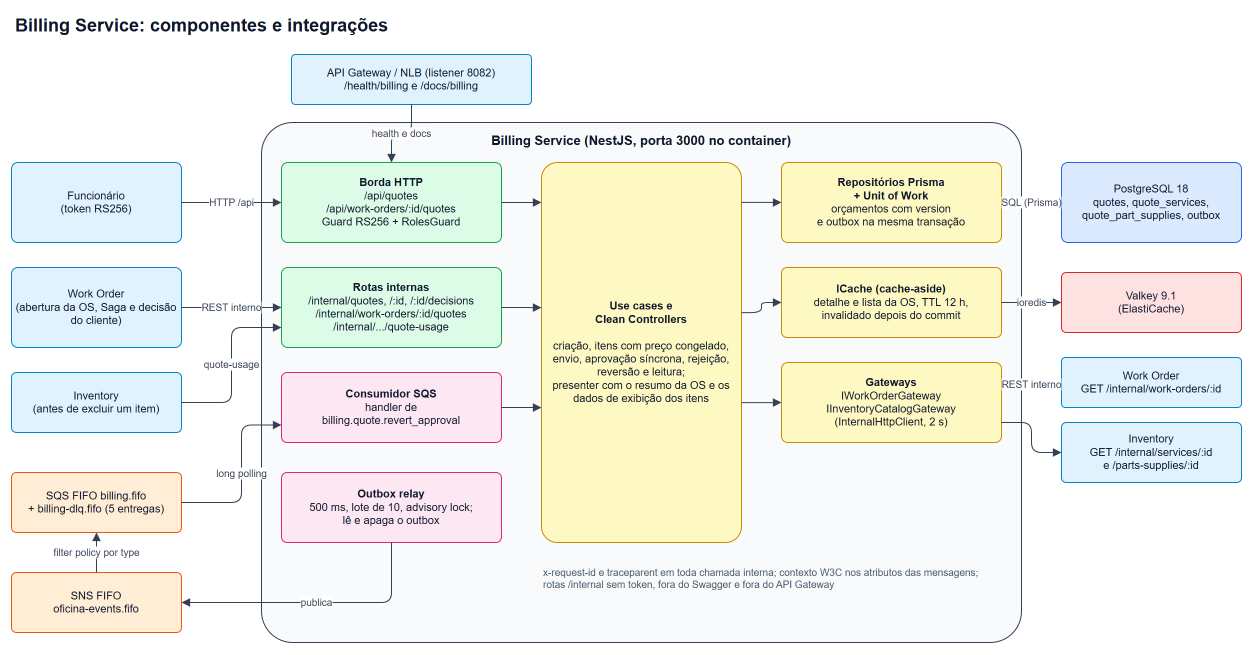
Above: docs/diagrams/billing-service.drawio.png in FIAP-15SOAT/oficina-mecanica-billing-service (draw.io), before the change. Source tidied: cells renumbered, new cells last; positions are measured from the earlier drawing's top-left corner, leaving out a move shared by most shapes.
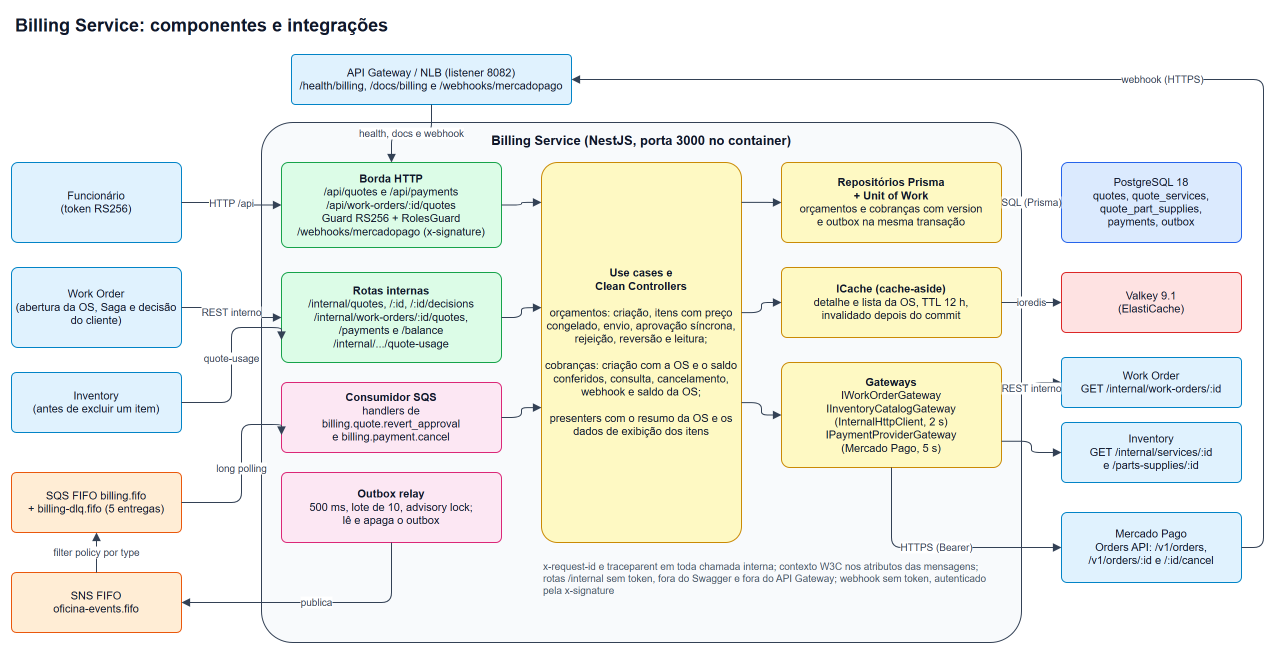
The same file after the commit.

The edit, as a diff of the source:
```diff
@@ -23,37 +23,37 @@
     <mxCell id="8" value="filter policy por type" style="endArrow=block;endFill=1;html=1;strokeColor=#334155;fontSize=10;fontColor=#334155;labelBackgroundColor=#ffffff;" parent="1" edge="1" source="7" target="6">
       <mxGeometry relative="1" as="geometry" />
     </mxCell>
-    <mxCell id="9" value="API Gateway / NLB (listener 8082)&lt;br&gt;/health/billing e /docs/billing" style="rounded=1;arcSize=8;whiteSpace=wrap;html=1;fontColor=#0f172a;fontSize=11;fillColor=#e0f2fe;strokeColor=#0284c7;" parent="1" vertex="1">
-      <mxGeometry x="280" y="44" width="240" height="50" as="geometry" />
+    <mxCell id="9" value="API Gateway / NLB (listener 8082)&lt;br&gt;/health/billing, /docs/billing e /webhooks/mercadopago" style="rounded=1;arcSize=8;whiteSpace=wrap;html=1;fontColor=#0f172a;fontSize=11;fillColor=#e0f2fe;strokeColor=#0284c7;" parent="1" vertex="1">
+      <mxGeometry x="280" y="44" width="280" height="50" as="geometry" />
     </mxCell>
     <mxCell id="10" value="Billing Service (NestJS, porta 3000 no container)" style="rounded=1;arcSize=6;whiteSpace=wrap;html=1;fillColor=#f8fafc;strokeColor=#334155;verticalAlign=top;align=center;fontStyle=1;fontSize=13;fontColor=#0f172a;spacingTop=4;" parent="1" vertex="1">
       <mxGeometry x="250" y="112" width="760" height="520" as="geometry" />
     </mxCell>
-    <mxCell id="11" value="&lt;b&gt;Borda HTTP&lt;/b&gt;&lt;br&gt;/api/quotes&lt;br&gt;/api/work-orders/:id/quotes&lt;br&gt;Guard RS256 + RolesGuard" style="rounded=1;arcSize=8;whiteSpace=wrap;html=1;fontColor=#0f172a;fontSize=11;fillColor=#dcfce7;strokeColor=#16a34a;" parent="1" vertex="1">
-      <mxGeometry x="270" y="152" width="220" height="80" as="geometry" />
+    <mxCell id="11" value="&lt;b&gt;Borda HTTP&lt;/b&gt;&lt;br&gt;/api/quotes e /api/payments&lt;br&gt;/api/work-orders/:id/quotes&lt;br&gt;Guard RS256 + RolesGuard&lt;br&gt;/webhooks/mercadopago (x-signature)" style="rounded=1;arcSize=8;whiteSpace=wrap;html=1;fontColor=#0f172a;fontSize=11;fillColor=#dcfce7;strokeColor=#16a34a;" parent="1" vertex="1">
+      <mxGeometry x="270" y="152" width="220" height="85" as="geometry" />
     </mxCell>
-    <mxCell id="12" value="&lt;b&gt;Rotas internas&lt;/b&gt;&lt;br&gt;/internal/quotes, /:id, /:id/decisions&lt;br&gt;/internal/work-orders/:id/quotes&lt;br&gt;/internal/.../quote-usage" style="rounded=1;arcSize=8;whiteSpace=wrap;html=1;fontColor=#0f172a;fontSize=11;fillColor=#dcfce7;strokeColor=#16a34a;" parent="1" vertex="1">
-      <mxGeometry x="270" y="257" width="220" height="80" as="geometry" />
+    <mxCell id="12" value="&lt;b&gt;Rotas internas&lt;/b&gt;&lt;br&gt;/internal/quotes, /:id, /:id/decisions&lt;br&gt;/internal/work-orders/:id/quotes,&lt;br&gt;/payments e /balance&lt;br&gt;/internal/.../quote-usage" style="rounded=1;arcSize=8;whiteSpace=wrap;html=1;fontColor=#0f172a;fontSize=11;fillColor=#dcfce7;strokeColor=#16a34a;" parent="1" vertex="1">
+      <mxGeometry x="270" y="262" width="220" height="90" as="geometry" />
     </mxCell>
-    <mxCell id="13" value="&lt;b&gt;Consumidor SQS&lt;/b&gt;&lt;br&gt;handler de&lt;br&gt;billing.quote.revert_approval" style="rounded=1;arcSize=8;whiteSpace=wrap;html=1;fontColor=#0f172a;fontSize=11;fillColor=#fce7f3;strokeColor=#db2777;" parent="1" vertex="1">
-      <mxGeometry x="270" y="362" width="220" height="70" as="geometry" />
+    <mxCell id="13" value="&lt;b&gt;Consumidor SQS&lt;/b&gt;&lt;br&gt;handlers de&lt;br&gt;billing.quote.revert_approval&lt;br&gt;e billing.payment.cancel" style="rounded=1;arcSize=8;whiteSpace=wrap;html=1;fontColor=#0f172a;fontSize=11;fillColor=#fce7f3;strokeColor=#db2777;" parent="1" vertex="1">
+      <mxGeometry x="270" y="372" width="220" height="70" as="geometry" />
     </mxCell>
     <mxCell id="14" value="&lt;b&gt;Outbox relay&lt;/b&gt;&lt;br&gt;500 ms, lote de 10, advisory lock;&lt;br&gt;lê e apaga o outbox" style="rounded=1;arcSize=8;whiteSpace=wrap;html=1;fontColor=#0f172a;fontSize=11;fillColor=#fce7f3;strokeColor=#db2777;" parent="1" vertex="1">
       <mxGeometry x="270" y="462" width="220" height="70" as="geometry" />
     </mxCell>
-    <mxCell id="15" value="&lt;b&gt;Use cases e&lt;br&gt;Clean Controllers&lt;/b&gt;&lt;br&gt;&lt;br&gt;criação, itens com preço congelado, envio, aprovação síncrona, rejeição, reversão e leitura;&lt;br&gt;presenter com o resumo da OS e os dados de exibição dos itens" style="rounded=1;arcSize=8;whiteSpace=wrap;html=1;fontColor=#0f172a;fontSize=11;fillColor=#fef9c3;strokeColor=#ca8a04;" parent="1" vertex="1">
+    <mxCell id="15" value="&lt;b&gt;Use cases e&lt;br&gt;Clean Controllers&lt;/b&gt;&lt;br&gt;&lt;br&gt;orçamentos: criação, itens com preço congelado, envio, aprovação síncrona, rejeição, reversão e leitura;&lt;br&gt;&lt;br&gt;cobranças: criação com a OS e o saldo conferidos, consulta, cancelamento, webhook e saldo da OS;&lt;br&gt;&lt;br&gt;presenters com o resumo da OS e os dados de exibição dos itens" style="rounded=1;arcSize=8;whiteSpace=wrap;html=1;fontColor=#0f172a;fontSize=11;fillColor=#fef9c3;strokeColor=#ca8a04;" parent="1" vertex="1">
       <mxGeometry x="530" y="152" width="200" height="380" as="geometry" />
     </mxCell>
-    <mxCell id="16" value="&lt;b&gt;Repositórios Prisma&lt;br&gt;+ Unit of Work&lt;/b&gt;&lt;br&gt;orçamentos com version&lt;br&gt;e outbox na mesma transação" style="rounded=1;arcSize=8;whiteSpace=wrap;html=1;fontColor=#0f172a;fontSize=11;fillColor=#fef9c3;strokeColor=#ca8a04;" parent="1" vertex="1">
+    <mxCell id="16" value="&lt;b&gt;Repositórios Prisma&lt;br&gt;+ Unit of Work&lt;/b&gt;&lt;br&gt;orçamentos e cobranças com version&lt;br&gt;e outbox na mesma transação" style="rounded=1;arcSize=8;whiteSpace=wrap;html=1;fontColor=#0f172a;fontSize=11;fillColor=#fef9c3;strokeColor=#ca8a04;" parent="1" vertex="1">
       <mxGeometry x="770" y="152" width="220" height="80" as="geometry" />
     </mxCell>
     <mxCell id="17" value="&lt;b&gt;ICache (cache-aside)&lt;/b&gt;&lt;br&gt;detalhe e lista da OS, TTL 12 h,&lt;br&gt;invalidado depois do commit" style="rounded=1;arcSize=8;whiteSpace=wrap;html=1;fontColor=#0f172a;fontSize=11;fillColor=#fef9c3;strokeColor=#ca8a04;" parent="1" vertex="1">
       <mxGeometry x="770" y="257" width="220" height="70" as="geometry" />
     </mxCell>
-    <mxCell id="18" value="&lt;b&gt;Gateways&lt;/b&gt;&lt;br&gt;IWorkOrderGateway&lt;br&gt;IInventoryCatalogGateway&lt;br&gt;(InternalHttpClient, 2 s)" style="rounded=1;arcSize=8;whiteSpace=wrap;html=1;fontColor=#0f172a;fontSize=11;fillColor=#fef9c3;strokeColor=#ca8a04;" parent="1" vertex="1">
-      <mxGeometry x="770" y="352" width="220" height="80" as="geometry" />
+    <mxCell id="18" value="&lt;b&gt;Gateways&lt;/b&gt;&lt;br&gt;IWorkOrderGateway&lt;br&gt;IInventoryCatalogGateway&lt;br&gt;(InternalHttpClient, 2 s)&lt;br&gt;IPaymentProviderGateway&lt;br&gt;(Mercado Pago, 5 s)" style="rounded=1;arcSize=8;whiteSpace=wrap;html=1;fontColor=#0f172a;fontSize=11;fillColor=#fef9c3;strokeColor=#ca8a04;" parent="1" vertex="1">
+      <mxGeometry x="770" y="352" width="220" height="105" as="geometry" />
     </mxCell>
-    <mxCell id="19" value="PostgreSQL 18&lt;br&gt;quotes, quote_services,&lt;br&gt;quote_part_supplies, outbox" style="rounded=1;arcSize=8;whiteSpace=wrap;html=1;fontColor=#0f172a;fontSize=11;fillColor=#dbeafe;strokeColor=#2563eb;" parent="1" vertex="1">
+    <mxCell id="19" value="PostgreSQL 18&lt;br&gt;quotes, quote_services,&lt;br&gt;quote_part_supplies,&lt;br&gt;payments, outbox" style="rounded=1;arcSize=8;whiteSpace=wrap;html=1;fontColor=#0f172a;fontSize=11;fillColor=#dbeafe;strokeColor=#2563eb;" parent="1" vertex="1">
       <mxGeometry x="1050" y="152" width="180" height="80" as="geometry" />
     </mxCell>
     <mxCell id="20" value="Valkey 9.1&lt;br&gt;(ElastiCache)" style="rounded=1;arcSize=8;whiteSpace=wrap;html=1;fontColor=#0f172a;fontSize=11;fillColor=#fee2e2;strokeColor=#dc2626;" parent="1" vertex="1">
@@ -65,7 +65,7 @@
     <mxCell id="22" value="Inventory&lt;br&gt;GET /internal/services/:id&lt;br&gt;e /parts-supplies/:id" style="rounded=1;arcSize=8;whiteSpace=wrap;html=1;fontColor=#0f172a;fontSize=11;fillColor=#e0f2fe;strokeColor=#0284c7;" parent="1" vertex="1">
       <mxGeometry x="1050" y="412" width="180" height="60" as="geometry" />
     </mxCell>
-    <mxCell id="23" value="health e docs" style="endArrow=block;endFill=1;html=1;strokeColor=#334155;fontSize=10;fontColor=#334155;labelBackgroundColor=#ffffff;edgeStyle=orthogonalEdgeStyle;rounded=1;exitX=0.5;exitY=1;entryX=0.5;entryY=0;" parent="1" edge="1" source="9" target="11">
+    <mxCell id="23" value="health, docs e webhook" style="endArrow=block;endFill=1;html=1;strokeColor=#334155;fontSize=10;fontColor=#334155;labelBackgroundColor=#ffffff;edgeStyle=orthogonalEdgeStyle;rounded=1;exitX=0.5;exitY=1;entryX=0.5;entryY=0;" parent="1" edge="1" source="9" target="11">
       <mxGeometry relative="1" as="geometry" />
     </mxCell>
     <mxCell id="24" value="HTTP /api" style="endArrow=block;endFill=1;html=1;strokeColor=#334155;fontSize=10;fontColor=#334155;labelBackgroundColor=#ffffff;edgeStyle=orthogonalEdgeStyle;rounded=1;exitX=1;exitY=0.5;entryX=0;entryY=0.5;" parent="1" edge="1" source="3" target="11">
@@ -127,8 +127,26 @@
     <mxCell id="38" style="endArrow=block;endFill=1;html=1;strokeColor=#334155;fontSize=10;fontColor=#334155;labelBackgroundColor=#ffffff;edgeStyle=orthogonalEdgeStyle;rounded=1;exitX=1;exitY=0.75;entryX=0;entryY=0.5;" parent="1" edge="1" source="18" target="22">
       <mxGeometry relative="1" as="geometry" />
     </mxCell>
-    <mxCell id="39" value="x-request-id e traceparent em toda chamada interna; contexto W3C nos atributos das mensagens; rotas /internal sem token, fora do Swagger e fora do API Gateway" style="text;html=1;whiteSpace=wrap;align=left;verticalAlign=middle;fontSize=10;fontColor=#475569;" parent="1" vertex="1">
+    <mxCell id="39" value="x-request-id e traceparent em toda chamada interna; contexto W3C nos atributos das mensagens; rotas /internal sem token, fora do Swagger e fora do API Gateway; webhook sem token, autenticado pela x-signature" style="text;html=1;whiteSpace=wrap;align=left;verticalAlign=middle;fontSize=10;fontColor=#475569;" parent="1" vertex="1">
       <mxGeometry x="530" y="548" width="460" height="40" as="geometry" />
     </mxCell>
+    <mxCell id="40" value="Mercado Pago&lt;br&gt;Orders API: /v1/orders,&lt;br&gt;/v1/orders/:id e /:id/cancel" style="rounded=1;arcSize=8;whiteSpace=wrap;html=1;fontColor=#0f172a;fontSize=11;fillColor=#e0f2fe;strokeColor=#0284c7;" parent="1" vertex="1">
+      <mxGeometry x="1050" y="502" width="180" height="70" as="geometry" />
+    </mxCell>
+    <mxCell id="41" value="HTTPS (Bearer)" style="endArrow=block;endFill=1;html=1;strokeColor=#334155;fontSize=10;fontColor=#334155;labelBackgroundColor=#ffffff;edgeStyle=orthogonalEdgeStyle;rounded=1;exitX=0.5;exitY=1;entryX=0;entryY=0.5;" parent="1" edge="1" source="18" target="40">
+      <mxGeometry relative="1" as="geometry">
+        <Array as="points">
+          <mxPoint x="880" y="537" />
+        </Array>
+      </mxGeometry>
+    </mxCell>
+    <mxCell id="42" value="webhook (HTTPS)" style="endArrow=block;endFill=1;html=1;strokeColor=#334155;fontSize=10;fontColor=#334155;labelBackgroundColor=#ffffff;edgeStyle=orthogonalEdgeStyle;rounded=1;exitX=1;exitY=0.5;entryX=1;entryY=0.5;" parent="1" edge="1" source="40" target="9">
+      <mxGeometry relative="1" as="geometry">
+        <Array as="points">
+          <mxPoint x="1252" y="537" />
+          <mxPoint x="1252" y="69" />
+        </Array>
+      </mxGeometry>
+    </mxCell>
   </root>
 </mxGraphModel>
```
